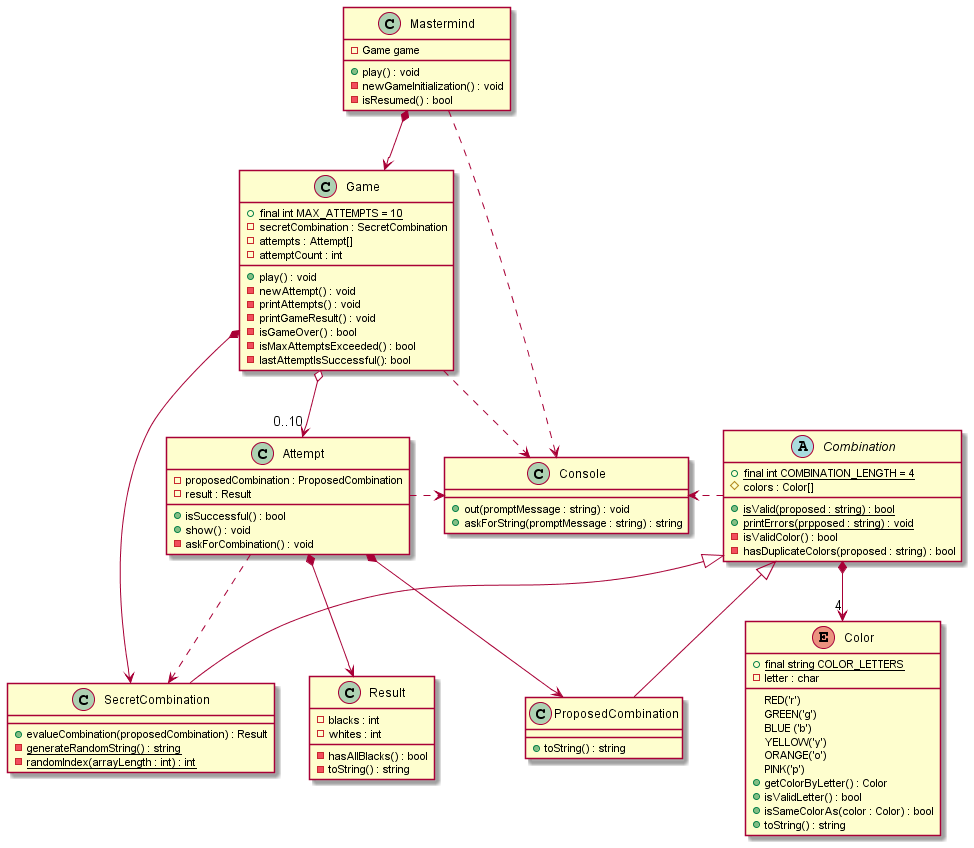
The PlantUML diagram out/Mastermind.png in Master-Desarrollo-20-21/ejercicio-1-relaciones-entre-clases-rbadenas, before a commit.
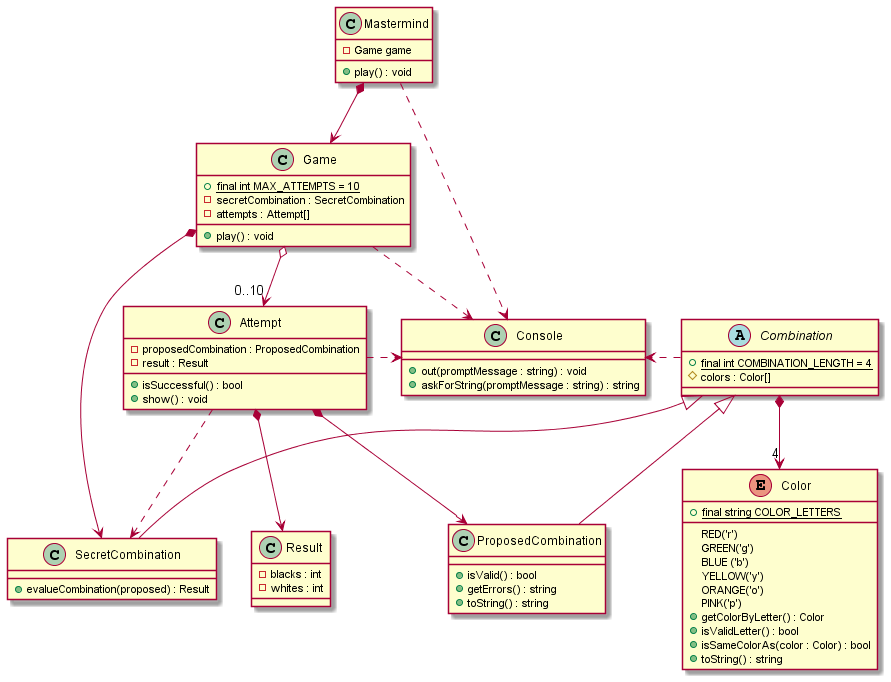
The same file after the commit.

Commit message:
Refreshing output

What changed in the source:
```diff
@@ -4,8 +4,6 @@
 class Mastermind {
     -Game game
     +play() : void
-    -newGameInitialization() : void
-    -isResumed() : bool
 }
 
 
@@ -14,14 +12,7 @@
     +{static} final int MAX_ATTEMPTS = 10
     -secretCombination : SecretCombination
     -attempts : Attempt[]
-    -attemptCount : int
     +play() : void
-    -newAttempt() : void
-    -printAttempts() : void
-    -printGameResult() : void
-    -isGameOver() : bool
-    -isMaxAttemptsExceeded() : bool
-    -lastAttemptIsSuccessful(): bool
 }
 
 class Attempt{
@@ -29,15 +20,12 @@
     -result : Result
     +isSuccessful() : bool
     +show() : void
-    -askForCombination() : void
 }
 
 
 class Result{
     -blacks : int
     -whites : int
-    -hasAllBlacks() : bool
-    -toString() : string
 }
 
 enum Color{
@@ -49,7 +37,6 @@
     PINK('p')
 
     +{static} final string COLOR_LETTERS
-    -letter : char
     +getColorByLetter() : Color
     +isValidLetter() : bool
     +isSameColorAs(color : Color) : bool
@@ -59,20 +46,17 @@
 
 abstract class Combination{
     +{static} final int COMBINATION_LENGTH = 4
-    #colors : Color[]
-    +{static} isValid(proposed : string) : bool
-    +{static} printErrors(prpposed : string) : void
-    -isValidColor() : bool
-    -hasDuplicateColors(proposed : string) : bool
+    # colors : Color[]
+
 }
 
 class SecretCombination{
-    +evalueCombination(proposedCombination) : Result
-    -{static} generateRandomString() : string
-    -{static} randomIndex(arrayLength : int) : int
+    +evalueCombination(proposed) : Result
 }
 
 class ProposedCombination{
+    +isValid() : bool
+    +getErrors() : string
     +toString() : string
 }
 
```
